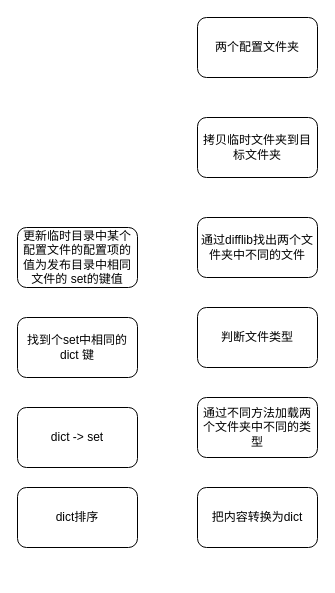
Above: compare config.drawio in Chenguoqing2008/drawio (draw.io), before the change. Source tidied: cells renumbered, new cells numbered last; positions are measured from the earlier drawing's top-left corner, leaving out a move shared by most shapes. Both pictures are drawn from the tidied source at 100%, with x=0, y=0 at pixel (17, 17).
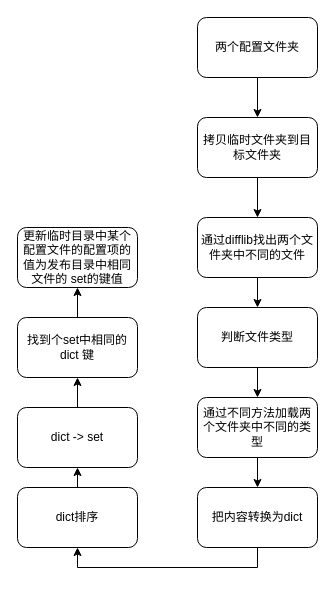
The same page after the edit.

Unchanged cells that the change refers to:
```xml
<mxCell id="2" value="两个配置文件夹" style="rounded=1;whiteSpace=wrap;html=1;" parent="1" vertex="1">
  <mxGeometry x="180" width="120" height="60" as="geometry" />
</mxCell>
<mxCell id="3" value="通过difflib找出两个文件夹中不同的文件" style="rounded=1;whiteSpace=wrap;html=1;" parent="1" vertex="1">
  <mxGeometry x="180" y="200" width="120" height="60" as="geometry" />
</mxCell>
<mxCell id="4" value="判断文件类型" style="rounded=1;whiteSpace=wrap;html=1;" parent="1" vertex="1">
  <mxGeometry x="180" y="290" width="120" height="60" as="geometry" />
</mxCell>
<mxCell id="5" value="通过不同方法加载两个文件夹中不同的类型" style="rounded=1;whiteSpace=wrap;html=1;" parent="1" vertex="1">
  <mxGeometry x="180" y="380" width="120" height="60" as="geometry" />
</mxCell>
<mxCell id="6" value="把内容转换为dict" style="rounded=1;whiteSpace=wrap;html=1;" parent="1" vertex="1">
  <mxGeometry x="180" y="470" width="120" height="60" as="geometry" />
</mxCell>
<mxCell id="7" value="dict排序" style="rounded=1;whiteSpace=wrap;html=1;" parent="1" vertex="1">
  <mxGeometry y="470" width="120" height="60" as="geometry" />
</mxCell>
<mxCell id="8" value="dict -&amp;gt; set" style="rounded=1;whiteSpace=wrap;html=1;" parent="1" vertex="1">
  <mxGeometry y="390" width="120" height="60" as="geometry" />
</mxCell>
<mxCell id="9" value="找到个set中相同的dict&amp;nbsp;键" style="rounded=1;whiteSpace=wrap;html=1;" parent="1" vertex="1">
  <mxGeometry y="300" width="120" height="60" as="geometry" />
</mxCell>
<mxCell id="10" value="更新临时目录中某个配置文件的配置项的值为发布目录中相同文件的 set的键值" style="rounded=1;whiteSpace=wrap;html=1;" parent="1" vertex="1">
  <mxGeometry y="210" width="120" height="60" as="geometry" />
</mxCell>
<mxCell id="11" value="拷贝临时文件夹到目标文件夹" style="rounded=1;whiteSpace=wrap;html=1;" parent="1" vertex="1">
  <mxGeometry x="180" y="100" width="120" height="60" as="geometry" />
</mxCell>
```

The edit, as a diff of the source:
```diff
@@
+    <mxCell id="12" style="edgeStyle=orthogonalEdgeStyle;rounded=0;jettySize=auto;html=1;exitX=0.5;exitY=1;exitDx=0;exitDy=0;entryX=0.5;entryY=0;entryDx=0;entryDy=0;" parent="1" edge="1" source="2" target="11">
+      <mxGeometry relative="1" as="geometry" />
+    </mxCell>
@@
+    <mxCell id="13" style="edgeStyle=orthogonalEdgeStyle;rounded=0;jettySize=auto;html=1;exitX=0.5;exitY=1;exitDx=0;exitDy=0;entryX=0.5;entryY=0;entryDx=0;entryDy=0;" parent="1" edge="1" source="3" target="4">
+      <mxGeometry relative="1" as="geometry" />
+    </mxCell>
@@
+    <mxCell id="14" style="edgeStyle=orthogonalEdgeStyle;rounded=0;jettySize=auto;html=1;exitX=0.5;exitY=1;exitDx=0;exitDy=0;entryX=0.5;entryY=0;entryDx=0;entryDy=0;" parent="1" edge="1" source="4" target="5">
+      <mxGeometry relative="1" as="geometry" />
+    </mxCell>
@@
+    <mxCell id="15" style="edgeStyle=orthogonalEdgeStyle;rounded=0;jettySize=auto;html=1;exitX=0.5;exitY=1;exitDx=0;exitDy=0;entryX=0.5;entryY=0;entryDx=0;entryDy=0;" parent="1" edge="1" source="5" target="6">
+      <mxGeometry relative="1" as="geometry" />
+    </mxCell>
@@
+    <mxCell id="16" style="edgeStyle=orthogonalEdgeStyle;rounded=0;jettySize=auto;html=1;exitX=0.5;exitY=1;exitDx=0;exitDy=0;entryX=0.5;entryY=1;entryDx=0;entryDy=0;" parent="1" edge="1" source="6" target="7">
+      <mxGeometry relative="1" as="geometry" />
+    </mxCell>
@@
+    <mxCell id="17" style="edgeStyle=orthogonalEdgeStyle;rounded=0;jettySize=auto;html=1;exitX=0.5;exitY=0;exitDx=0;exitDy=0;entryX=0.5;entryY=1;entryDx=0;entryDy=0;" parent="1" edge="1" source="7" target="8">
+      <mxGeometry relative="1" as="geometry" />
+    </mxCell>
@@
+    <mxCell id="18" style="edgeStyle=orthogonalEdgeStyle;rounded=0;jettySize=auto;html=1;exitX=0.5;exitY=0;exitDx=0;exitDy=0;entryX=0.5;entryY=1;entryDx=0;entryDy=0;" parent="1" edge="1" source="8" target="9">
+      <mxGeometry relative="1" as="geometry" />
+    </mxCell>
@@
+    <mxCell id="19" style="edgeStyle=orthogonalEdgeStyle;rounded=0;jettySize=auto;html=1;exitX=0.5;exitY=0;exitDx=0;exitDy=0;entryX=0.5;entryY=1;entryDx=0;entryDy=0;" parent="1" edge="1" source="9" target="10">
+      <mxGeometry relative="1" as="geometry" />
+    </mxCell>
@@
+    <mxCell id="20" style="edgeStyle=orthogonalEdgeStyle;rounded=0;jettySize=auto;html=1;exitX=0.5;exitY=1;exitDx=0;exitDy=0;entryX=0.5;entryY=0;entryDx=0;entryDy=0;" parent="1" edge="1" source="11" target="3">
+      <mxGeometry relative="1" as="geometry" />
+    </mxCell>
```
